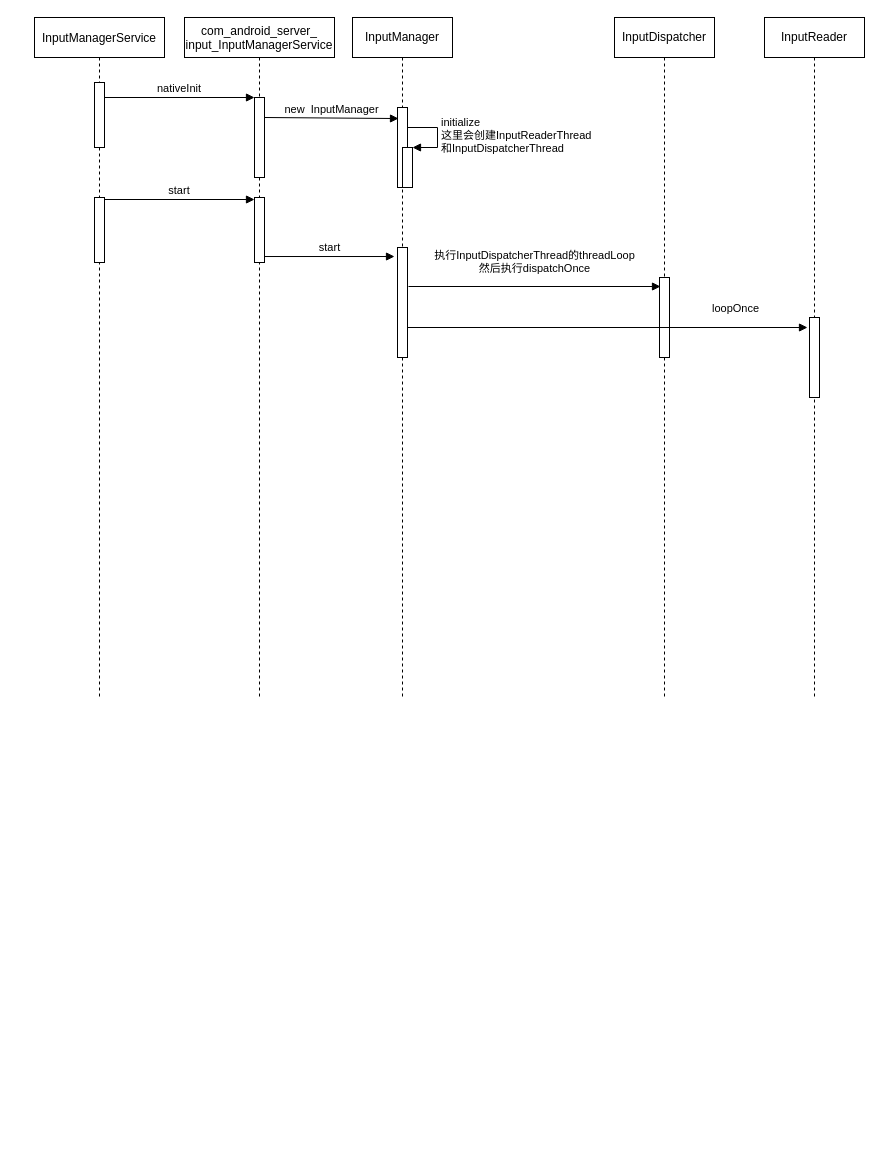
Before: Input.drawio in Frezrik/UML, a draw.io diagram. Source tidied: cells renumbered, new cells numbered last; positions are measured from the earlier drawing's top-left corner, leaving out a move shared by most shapes. Both pictures are drawn from the tidied source at 100%, with x=0, y=0 at pixel (34, 17).
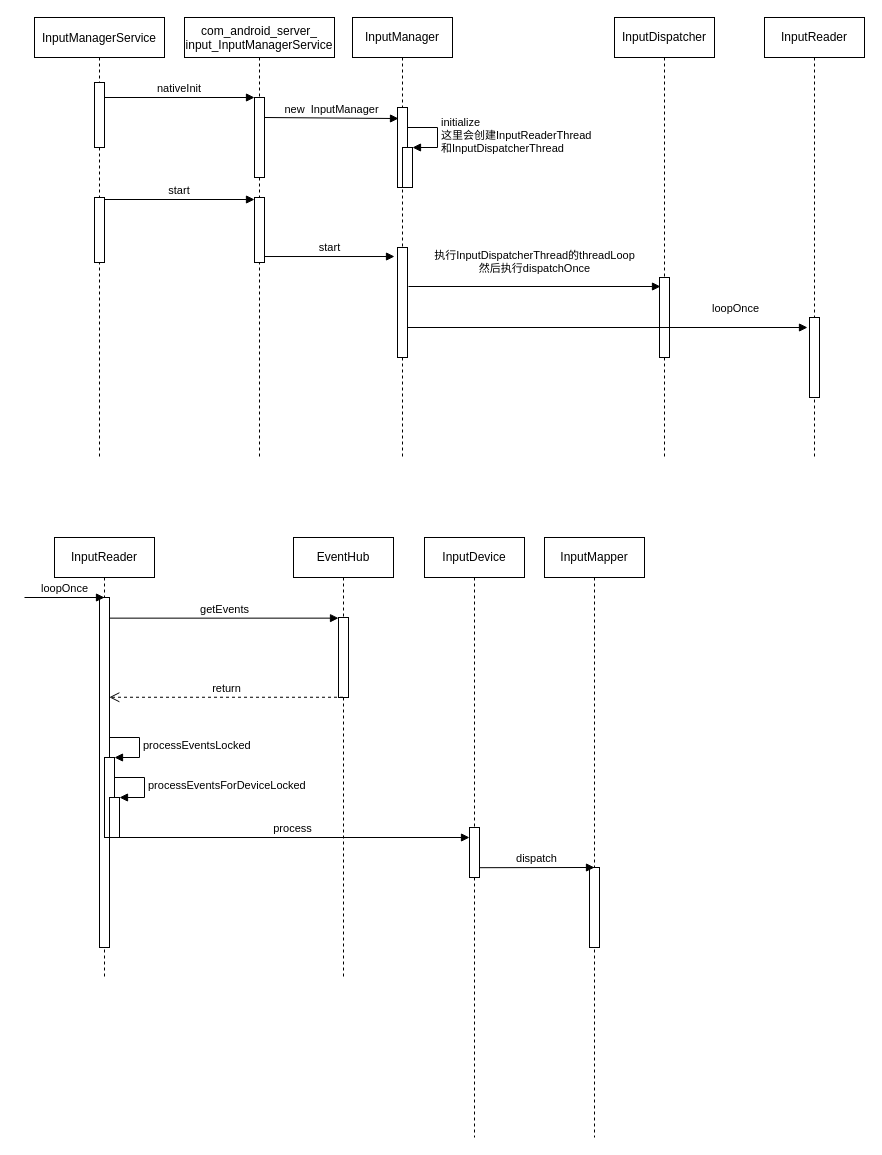
After the change.

Change to the diagram source:
```diff
@@
     <mxCell id="2" value="InputManagerService" style="shape=umlLifeline;perimeter=lifelinePerimeter;rounded=0;shadow=0;strokeWidth=1;" parent="1" vertex="1">
-      <mxGeometry width="130" height="680" as="geometry" />
+      <mxGeometry width="130" height="440" as="geometry" />
     </mxCell>
@@
     <mxCell id="4" value="com_android_server_&#10;input_InputManagerService" style="shape=umlLifeline;perimeter=lifelinePerimeter;rounded=0;shadow=0;strokeWidth=1;verticalAlign=middle;" parent="1" vertex="1">
-      <mxGeometry x="150" width="150" height="680" as="geometry" />
+      <mxGeometry x="150" width="150" height="440" as="geometry" />
     </mxCell>
@@
     <mxCell id="11" value="InputManager" style="shape=umlLifeline;perimeter=lifelinePerimeter;whiteSpace=wrap;html=1;verticalAlign=middle;" parent="1" vertex="1">
-      <mxGeometry x="318" width="100" height="680" as="geometry" />
+      <mxGeometry x="318" width="100" height="440" as="geometry" />
     </mxCell>
@@
     <mxCell id="17" value="InputDispatcher" style="shape=umlLifeline;perimeter=lifelinePerimeter;whiteSpace=wrap;html=1;" parent="1" vertex="1">
-      <mxGeometry x="580" width="100" height="680" as="geometry" />
+      <mxGeometry x="580" width="100" height="440" as="geometry" />
     </mxCell>
@@
     <mxCell id="20" value="InputReader" style="shape=umlLifeline;perimeter=lifelinePerimeter;whiteSpace=wrap;html=1;" parent="1" vertex="1">
-      <mxGeometry x="730" width="100" height="680" as="geometry" />
+      <mxGeometry x="730" width="100" height="440" as="geometry" />
     </mxCell>
@@
+    <mxCell id="23" value="InputReader" style="shape=umlLifeline;perimeter=lifelinePerimeter;whiteSpace=wrap;html=1;" parent="1" vertex="1">
+      <mxGeometry x="20" y="520" width="100" height="440" as="geometry" />
+    </mxCell>
+    <mxCell id="24" style="html=1;points=[];perimeter=orthogonalPerimeter;" parent="23" vertex="1">
+      <mxGeometry x="45" y="60" width="10" height="350" as="geometry" />
+    </mxCell>
+    <mxCell id="25" style="html=1;points=[];perimeter=orthogonalPerimeter;" parent="23" vertex="1">
+      <mxGeometry x="50" y="220" width="10" height="80" as="geometry" />
+    </mxCell>
+    <mxCell id="26" value="processEventsLocked" style="edgeStyle=orthogonalEdgeStyle;html=1;align=left;spacingLeft=2;endArrow=block;rounded=0;entryX=1;entryY=0;" parent="23" edge="1" target="25">
+      <mxGeometry relative="1" as="geometry">
+        <mxPoint x="55" y="200" as="sourcePoint" />
+        <Array as="points">
+          <mxPoint x="85" y="200" />
+        </Array>
+      </mxGeometry>
+    </mxCell>
+    <mxCell id="27" style="html=1;points=[];perimeter=orthogonalPerimeter;" parent="23" vertex="1">
+      <mxGeometry x="55" y="260" width="10" height="40" as="geometry" />
+    </mxCell>
+    <mxCell id="28" value="processEventsForDeviceLocked" style="edgeStyle=orthogonalEdgeStyle;html=1;align=left;spacingLeft=2;endArrow=block;rounded=0;entryX=1;entryY=0;" parent="23" edge="1" target="27">
+      <mxGeometry relative="1" as="geometry">
+        <mxPoint x="60" y="240" as="sourcePoint" />
+        <Array as="points">
+          <mxPoint x="90" y="240" />
+        </Array>
+      </mxGeometry>
+    </mxCell>
+    <mxCell id="29" value="process" style="html=1;verticalAlign=bottom;endArrow=block;" parent="23" edge="1" target="36">
+      <mxGeometry relative="1" as="geometry">
+        <mxPoint x="60" y="300" as="sourcePoint" />
+      </mxGeometry>
+    </mxCell>
+    <mxCell id="30" value="loopOnce" style="html=1;verticalAlign=bottom;endArrow=block;" parent="1" edge="1">
+      <mxGeometry relative="1" as="geometry">
+        <mxPoint x="-10" y="580" as="sourcePoint" />
+        <mxPoint x="70" y="580" as="targetPoint" />
+      </mxGeometry>
+    </mxCell>
+    <mxCell id="31" value="EventHub" style="shape=umlLifeline;perimeter=lifelinePerimeter;whiteSpace=wrap;html=1;outlineConnect=0;" parent="1" vertex="1">
+      <mxGeometry x="259" y="520" width="100" height="440" as="geometry" />
+    </mxCell>
+    <mxCell id="32" style="html=1;points=[];perimeter=orthogonalPerimeter;" parent="31" vertex="1">
+      <mxGeometry x="45" y="80" width="10" height="80" as="geometry" />
+    </mxCell>
+    <mxCell id="33" value="getEvents" style="html=1;verticalAlign=bottom;endArrow=block;exitX=0.976;exitY=0.059;exitDx=0;exitDy=0;exitPerimeter=0;" parent="1" edge="1" source="24" target="32">
+      <mxGeometry relative="1" as="geometry" />
+    </mxCell>
+    <mxCell id="34" value="return" style="html=1;verticalAlign=bottom;endArrow=open;dashed=1;endSize=8;entryX=0.98;entryY=0.285;entryDx=0;entryDy=0;entryPerimeter=0;" parent="1" edge="1" source="31" target="24">
+      <mxGeometry relative="1" as="geometry" />
+    </mxCell>
+    <mxCell id="35" value="InputDevice" style="shape=umlLifeline;perimeter=lifelinePerimeter;whiteSpace=wrap;html=1;" parent="1" vertex="1">
+      <mxGeometry x="390" y="520" width="100" height="600" as="geometry" />
+    </mxCell>
+    <mxCell id="36" style="html=1;points=[];perimeter=orthogonalPerimeter;" parent="35" vertex="1">
+      <mxGeometry x="45" y="290" width="10" height="50" as="geometry" />
+    </mxCell>
+    <mxCell id="37" value="InputMapper" style="shape=umlLifeline;perimeter=lifelinePerimeter;whiteSpace=wrap;html=1;" parent="1" vertex="1">
+      <mxGeometry x="510" y="520" width="100" height="600" as="geometry" />
+    </mxCell>
+    <mxCell id="38" style="html=1;perimeter=orthogonalPerimeter;" parent="37" vertex="1">
+      <mxGeometry x="45" y="330" width="10" height="80" as="geometry" />
+    </mxCell>
+    <mxCell id="39" value="dispatch" style="html=1;verticalAlign=bottom;endArrow=block;exitX=1.02;exitY=0.804;exitDx=0;exitDy=0;exitPerimeter=0;" parent="1" edge="1" source="36">
+      <mxGeometry relative="1" as="geometry">
+        <mxPoint x="560" y="850" as="targetPoint" />
+      </mxGeometry>
+    </mxCell>
```
